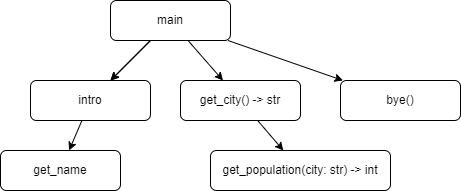
The draw.io diagram functions_diag.drawio.png in physcrowley/csaq1-p4-exemplar, before a commit. Source tidied: cells renumbered, new cells last; positions are measured from the earlier drawing's top-left corner, leaving out a move shared by most shapes. Its diagram source:
```xml
<mxGraphModel>
  <root>
    <mxCell id="0" />
    <mxCell id="1" parent="0" />
    <mxCell id="2" style="edgeStyle=none;html=1;" parent="1" edge="1" source="6" target="8">
      <mxGeometry relative="1" as="geometry" />
    </mxCell>
    <mxCell id="3" style="edgeStyle=none;html=1;" parent="1" edge="1" source="6" target="8">
      <mxGeometry relative="1" as="geometry" />
    </mxCell>
    <mxCell id="4" style="edgeStyle=none;html=1;" parent="1" edge="1" source="6" target="11">
      <mxGeometry relative="1" as="geometry" />
    </mxCell>
    <mxCell id="5" style="edgeStyle=none;html=1;" parent="1" edge="1" source="6" target="13">
      <mxGeometry relative="1" as="geometry" />
    </mxCell>
    <mxCell id="6" value="main" style="rounded=1;whiteSpace=wrap;html=1;" parent="1" vertex="1">
      <mxGeometry x="110" width="120" height="40" as="geometry" />
    </mxCell>
    <mxCell id="7" style="edgeStyle=none;html=1;" parent="1" edge="1" source="8" target="9">
      <mxGeometry relative="1" as="geometry" />
    </mxCell>
    <mxCell id="8" value="intro" style="rounded=1;whiteSpace=wrap;html=1;" parent="1" vertex="1">
      <mxGeometry x="30" y="80" width="120" height="40" as="geometry" />
    </mxCell>
    <mxCell id="9" value="get_name" style="rounded=1;whiteSpace=wrap;html=1;" parent="1" vertex="1">
      <mxGeometry y="150" width="120" height="40" as="geometry" />
    </mxCell>
    <mxCell id="10" style="edgeStyle=none;html=1;" parent="1" edge="1" source="11" target="12">
      <mxGeometry relative="1" as="geometry" />
    </mxCell>
    <mxCell id="11" value="get_city() -&amp;gt; str" style="rounded=1;whiteSpace=wrap;html=1;" parent="1" vertex="1">
      <mxGeometry x="180" y="80" width="120" height="40" as="geometry" />
    </mxCell>
    <mxCell id="12" value="get_population(city: str) -&amp;gt; int" style="rounded=1;whiteSpace=wrap;html=1;" parent="1" vertex="1">
      <mxGeometry x="210" y="150" width="180" height="40" as="geometry" />
    </mxCell>
    <mxCell id="13" value="bye()" style="rounded=1;whiteSpace=wrap;html=1;" parent="1" vertex="1">
      <mxGeometry x="340" y="80" width="120" height="40" as="geometry" />
    </mxCell>
  </root>
</mxGraphModel>
```
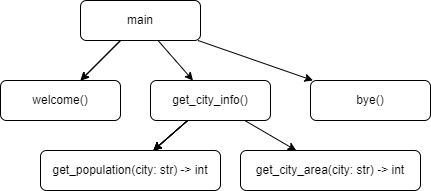
Above is the later version.

Diff of the diagram source:
```diff
@@ -17,26 +17,35 @@
     <mxCell id="6" value="main" style="rounded=1;whiteSpace=wrap;html=1;" parent="1" vertex="1">
       <mxGeometry x="110" width="120" height="40" as="geometry" />
     </mxCell>
-    <mxCell id="7" style="edgeStyle=none;html=1;" parent="1" edge="1" source="8" target="9">
-      <mxGeometry relative="1" as="geometry" />
-    </mxCell>
-    <mxCell id="8" value="intro" style="rounded=1;whiteSpace=wrap;html=1;" parent="1" vertex="1">
+    <mxCell id="8" value="welcome()" style="rounded=1;whiteSpace=wrap;html=1;" parent="1" vertex="1">
       <mxGeometry x="30" y="80" width="120" height="40" as="geometry" />
     </mxCell>
-    <mxCell id="9" value="get_name" style="rounded=1;whiteSpace=wrap;html=1;" parent="1" vertex="1">
-      <mxGeometry y="150" width="120" height="40" as="geometry" />
-    </mxCell>
     <mxCell id="10" style="edgeStyle=none;html=1;" parent="1" edge="1" source="11" target="12">
       <mxGeometry relative="1" as="geometry" />
     </mxCell>
+    <mxCell id="14" style="edgeStyle=none;html=1;" parent="1" edge="1" source="11" target="12">
+      <mxGeometry relative="1" as="geometry" />
+    </mxCell>
+    <mxCell id="15" style="edgeStyle=none;html=1;" parent="1" edge="1" source="11" target="12">
+      <mxGeometry relative="1" as="geometry" />
+    </mxCell>
+    <mxCell id="16" style="edgeStyle=none;html=1;" parent="1" edge="1" source="11" target="12">
+      <mxGeometry relative="1" as="geometry" />
+    </mxCell>
+    <mxCell id="17" style="edgeStyle=none;html=1;" parent="1" edge="1" source="11" target="18">
+      <mxGeometry relative="1" as="geometry" />
+    </mxCell>
-    <mxCell id="11" value="get_city() -&amp;gt; str" style="rounded=1;whiteSpace=wrap;html=1;" parent="1" vertex="1">
+    <mxCell id="11" value="get_city_info()" style="rounded=1;whiteSpace=wrap;html=1;" parent="1" vertex="1">
       <mxGeometry x="180" y="80" width="120" height="40" as="geometry" />
     </mxCell>
     <mxCell id="12" value="get_population(city: str) -&amp;gt; int" style="rounded=1;whiteSpace=wrap;html=1;" parent="1" vertex="1">
-      <mxGeometry x="210" y="150" width="180" height="40" as="geometry" />
+      <mxGeometry x="70" y="150" width="180" height="40" as="geometry" />
     </mxCell>
     <mxCell id="13" value="bye()" style="rounded=1;whiteSpace=wrap;html=1;" parent="1" vertex="1">
       <mxGeometry x="340" y="80" width="120" height="40" as="geometry" />
     </mxCell>
+    <mxCell id="18" value="get_city_area(city: str) -&amp;gt; int" style="rounded=1;whiteSpace=wrap;html=1;" parent="1" vertex="1">
+      <mxGeometry x="270" y="150" width="180" height="40" as="geometry" />
+    </mxCell>
   </root>
 </mxGraphModel>
```
